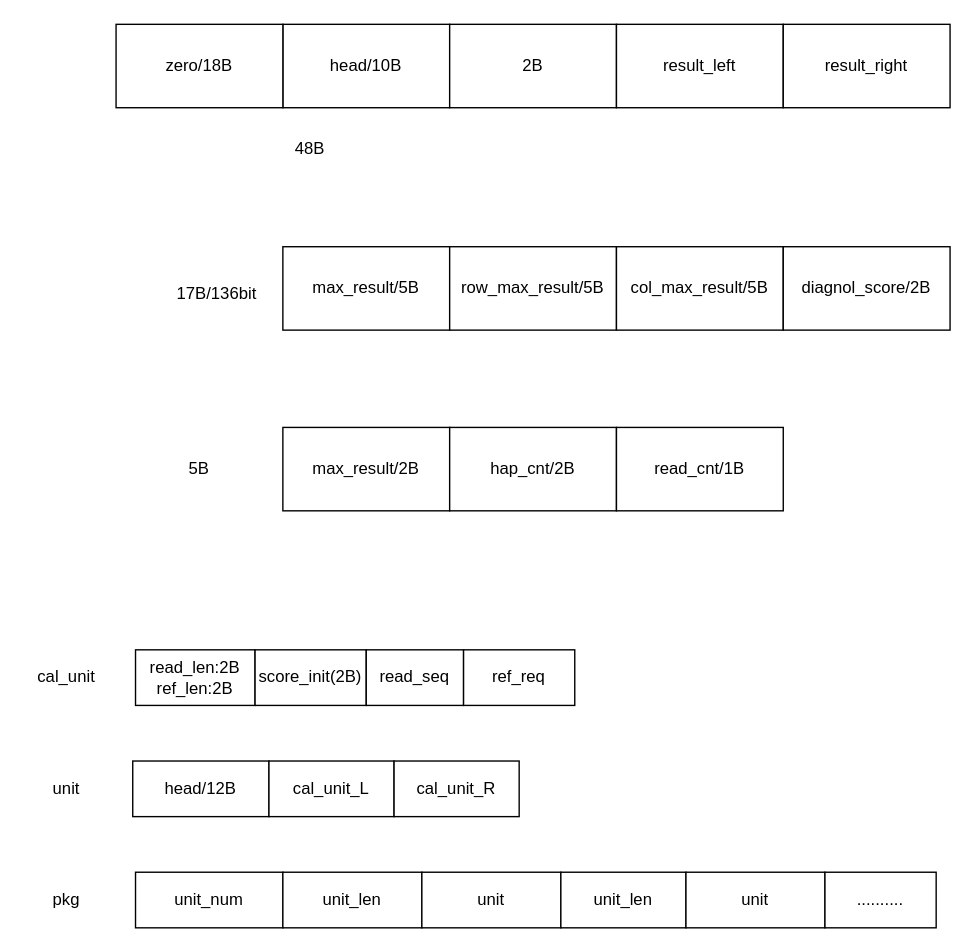
Before: page "数据包格式" (1 of 11) of FPGA_output.drawio in muguang123/drwaio, a draw.io diagram. Source tidied: cells renumbered, new cells numbered last; positions are measured from the earlier drawing's top-left corner, leaving out a move shared by most shapes. Both pictures are drawn from the tidied source at 139%, with x=0, y=0 at pixel (24, 24).
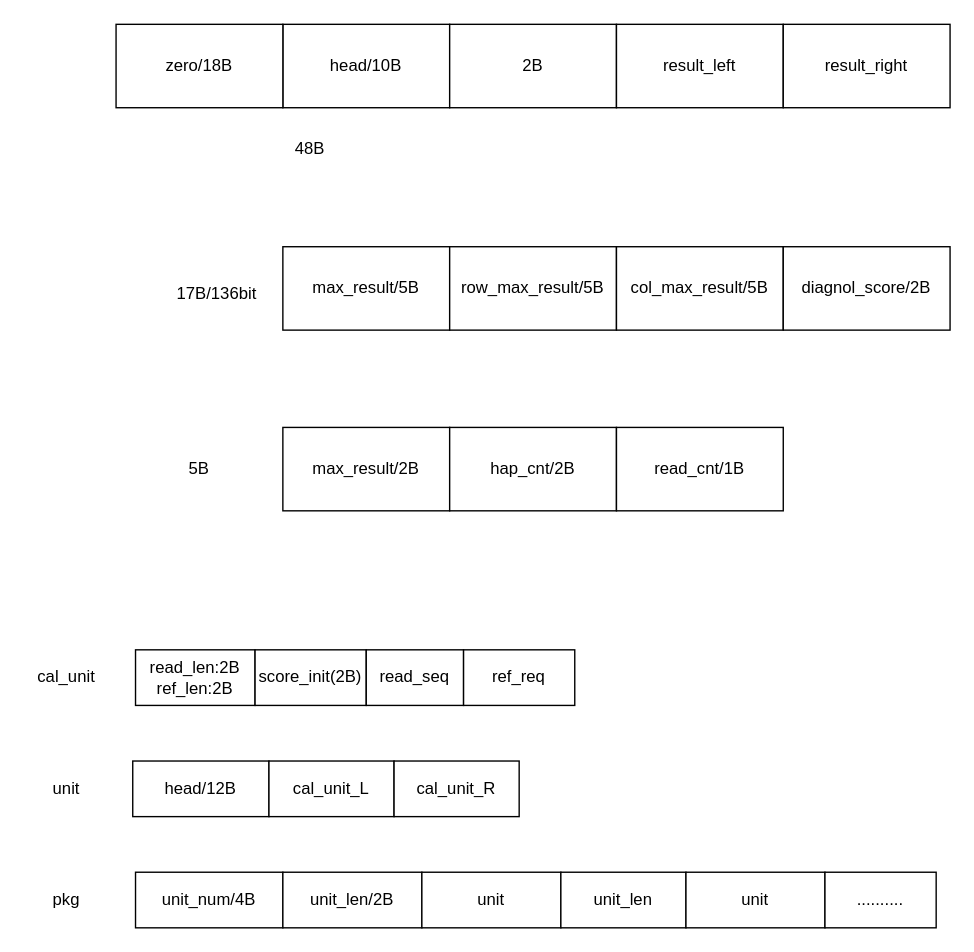
After the change.

Change to the diagram source:
```diff
@@
-    <mxCell id="24" value="unit_num" style="rounded=0;whiteSpace=wrap;html=1;" parent="1" vertex="1">
+    <mxCell id="24" value="unit_num/4B" style="rounded=0;whiteSpace=wrap;html=1;" parent="1" vertex="1">
       <mxGeometry x="80" y="610" width="106" height="40" as="geometry" />
     </mxCell>
@@
-    <mxCell id="28" value="unit_len" style="rounded=0;whiteSpace=wrap;html=1;" parent="1" vertex="1">
+    <mxCell id="28" value="unit_len/2B" style="rounded=0;whiteSpace=wrap;html=1;" parent="1" vertex="1">
       <mxGeometry x="186" y="610" width="100" height="40" as="geometry" />
     </mxCell>
```
